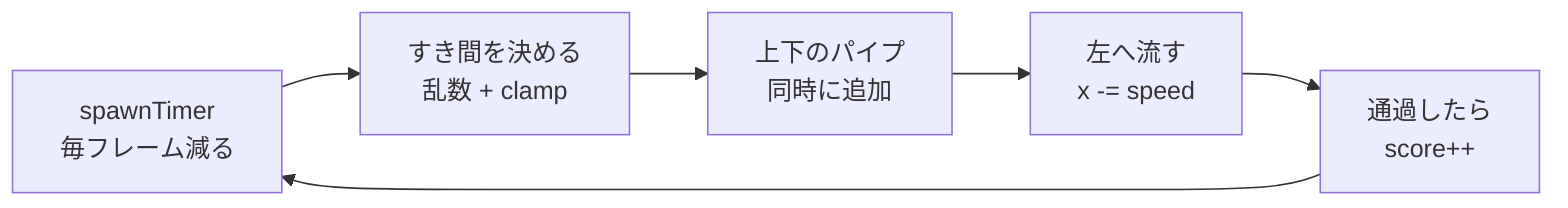
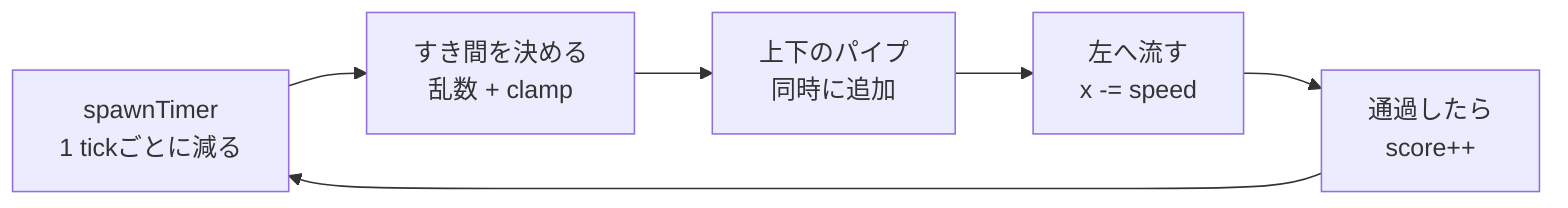
flowchart LR
-   timer["spawnTimer<br/>毎フレーム減る"]
+   timer["spawnTimer<br/>1 tickごとに減る"]
  gap["すき間を決める<br/>乱数 + clamp"]
  spawn["上下のパイプ<br/>同時に追加"]
  scroll["左へ流す<br/>x -= speed"]
  score["通過したら<br/>score++"]
  timer --> gap
  gap --> spawn
  spawn --> scroll
  scroll --> score
  score --> timer
